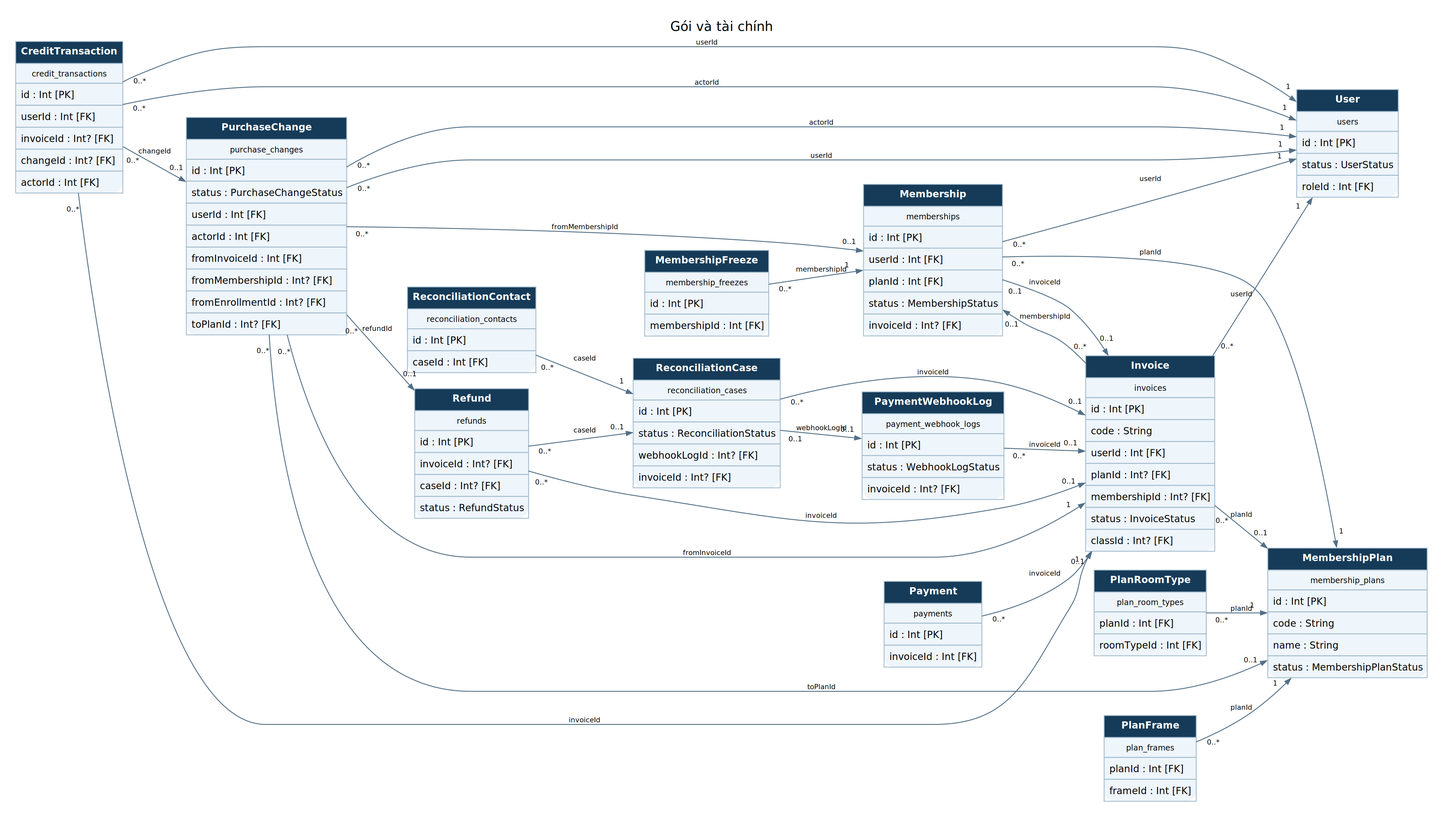
NhomHello/Sports-Center-Management-System keeps this Graphviz diagram as outputs/bao-cao-cuoi-ky/so-do/erd-03-finance.png. Above is the earlier version. Its source is kept beside it as outputs/bao-cao-cuoi-ky/so-do/erd-03-finance.dot. Its diagram source:
```dot
digraph G {
graph [rankdir=LR, bgcolor="white", pad="0.25", nodesep="0.25", ranksep="0.5", fontname="DejaVu Sans", fontsize=15];
node [shape=box, style="rounded,filled", fillcolor="#eef5fb", color="#a4bdce", fontname="DejaVu Sans", fontsize=11, margin="0.14,0.1"];
edge [fontname="DejaVu Sans", fontsize=9, color="#527087", arrowsize=0.7];
label="Gói và tài chính"; labelloc=t;
User [shape=plain, label=<<TABLE BORDER="0" CELLBORDER="1" CELLSPACING="0" CELLPADDING="5"><TR><TD BGCOLOR="#163b58"><FONT COLOR="white"><B>User</B></FONT></TD></TR><TR><TD><FONT POINT-SIZE="9">users</FONT></TD></TR><TR><TD ALIGN="LEFT">id : Int [PK]</TD></TR><TR><TD ALIGN="LEFT">status : UserStatus</TD></TR><TR><TD ALIGN="LEFT">roleId : Int [FK]</TD></TR></TABLE>>];
MembershipPlan [shape=plain, label=<<TABLE BORDER="0" CELLBORDER="1" CELLSPACING="0" CELLPADDING="5"><TR><TD BGCOLOR="#163b58"><FONT COLOR="white"><B>MembershipPlan</B></FONT></TD></TR><TR><TD><FONT POINT-SIZE="9">membership_plans</FONT></TD></TR><TR><TD ALIGN="LEFT">id : Int [PK]</TD></TR><TR><TD ALIGN="LEFT">code : String</TD></TR><TR><TD ALIGN="LEFT">name : String</TD></TR><TR><TD ALIGN="LEFT">status : MembershipPlanStatus</TD></TR></TABLE>>];
Membership [shape=plain, label=<<TABLE BORDER="0" CELLBORDER="1" CELLSPACING="0" CELLPADDING="5"><TR><TD BGCOLOR="#163b58"><FONT COLOR="white"><B>Membership</B></FONT></TD></TR><TR><TD><FONT POINT-SIZE="9">memberships</FONT></TD></TR><TR><TD ALIGN="LEFT">id : Int [PK]</TD></TR><TR><TD ALIGN="LEFT">userId : Int [FK]</TD></TR><TR><TD ALIGN="LEFT">planId : Int [FK]</TD></TR><TR><TD ALIGN="LEFT">status : MembershipStatus</TD></TR><TR><TD ALIGN="LEFT">invoiceId : Int? [FK]</TD></TR></TABLE>>];
MembershipFreeze [shape=plain, label=<<TABLE BORDER="0" CELLBORDER="1" CELLSPACING="0" CELLPADDING="5"><TR><TD BGCOLOR="#163b58"><FONT COLOR="white"><B>MembershipFreeze</B></FONT></TD></TR><TR><TD><FONT POINT-SIZE="9">membership_freezes</FONT></TD></TR><TR><TD ALIGN="LEFT">id : Int [PK]</TD></TR><TR><TD ALIGN="LEFT">membershipId : Int [FK]</TD></TR></TABLE>>];
PlanFrame [shape=plain, label=<<TABLE BORDER="0" CELLBORDER="1" CELLSPACING="0" CELLPADDING="5"><TR><TD BGCOLOR="#163b58"><FONT COLOR="white"><B>PlanFrame</B></FONT></TD></TR><TR><TD><FONT POINT-SIZE="9">plan_frames</FONT></TD></TR><TR><TD ALIGN="LEFT">planId : Int [FK]</TD></TR><TR><TD ALIGN="LEFT">frameId : Int [FK]</TD></TR></TABLE>>];
PlanRoomType [shape=plain, label=<<TABLE BORDER="0" CELLBORDER="1" CELLSPACING="0" CELLPADDING="5"><TR><TD BGCOLOR="#163b58"><FONT COLOR="white"><B>PlanRoomType</B></FONT></TD></TR><TR><TD><FONT POINT-SIZE="9">plan_room_types</FONT></TD></TR><TR><TD ALIGN="LEFT">planId : Int [FK]</TD></TR><TR><TD ALIGN="LEFT">roomTypeId : Int [FK]</TD></TR></TABLE>>];
Invoice [shape=plain, label=<<TABLE BORDER="0" CELLBORDER="1" CELLSPACING="0" CELLPADDING="5"><TR><TD BGCOLOR="#163b58"><FONT COLOR="white"><B>Invoice</B></FONT></TD></TR><TR><TD><FONT POINT-SIZE="9">invoices</FONT></TD></TR><TR><TD ALIGN="LEFT">id : Int [PK]</TD></TR><TR><TD ALIGN="LEFT">code : String</TD></TR><TR><TD ALIGN="LEFT">userId : Int [FK]</TD></TR><TR><TD ALIGN="LEFT">planId : Int? [FK]</TD></TR><TR><TD ALIGN="LEFT">membershipId : Int? [FK]</TD></TR><TR><TD ALIGN="LEFT">status : InvoiceStatus</TD></TR><TR><TD ALIGN="LEFT">classId : Int? [FK]</TD></TR></TABLE>>];
Payment [shape=plain, label=<<TABLE BORDER="0" CELLBORDER="1" CELLSPACING="0" CELLPADDING="5"><TR><TD BGCOLOR="#163b58"><FONT COLOR="white"><B>Payment</B></FONT></TD></TR><TR><TD><FONT POINT-SIZE="9">payments</FONT></TD></TR><TR><TD ALIGN="LEFT">id : Int [PK]</TD></TR><TR><TD ALIGN="LEFT">invoiceId : Int [FK]</TD></TR></TABLE>>];
PaymentWebhookLog [shape=plain, label=<<TABLE BORDER="0" CELLBORDER="1" CELLSPACING="0" CELLPADDING="5"><TR><TD BGCOLOR="#163b58"><FONT COLOR="white"><B>PaymentWebhookLog</B></FONT></TD></TR><TR><TD><FONT POINT-SIZE="9">payment_webhook_logs</FONT></TD></TR><TR><TD ALIGN="LEFT">id : Int [PK]</TD></TR><TR><TD ALIGN="LEFT">status : WebhookLogStatus</TD></TR><TR><TD ALIGN="LEFT">invoiceId : Int? [FK]</TD></TR></TABLE>>];
ReconciliationCase [shape=plain, label=<<TABLE BORDER="0" CELLBORDER="1" CELLSPACING="0" CELLPADDING="5"><TR><TD BGCOLOR="#163b58"><FONT COLOR="white"><B>ReconciliationCase</B></FONT></TD></TR><TR><TD><FONT POINT-SIZE="9">reconciliation_cases</FONT></TD></TR><TR><TD ALIGN="LEFT">id : Int [PK]</TD></TR><TR><TD ALIGN="LEFT">status : ReconciliationStatus</TD></TR><TR><TD ALIGN="LEFT">webhookLogId : Int? [FK]</TD></TR><TR><TD ALIGN="LEFT">invoiceId : Int? [FK]</TD></TR></TABLE>>];
ReconciliationContact [shape=plain, label=<<TABLE BORDER="0" CELLBORDER="1" CELLSPACING="0" CELLPADDING="5"><TR><TD BGCOLOR="#163b58"><FONT COLOR="white"><B>ReconciliationContact</B></FONT></TD></TR><TR><TD><FONT POINT-SIZE="9">reconciliation_contacts</FONT></TD></TR><TR><TD ALIGN="LEFT">id : Int [PK]</TD></TR><TR><TD ALIGN="LEFT">caseId : Int [FK]</TD></TR></TABLE>>];
Refund [shape=plain, label=<<TABLE BORDER="0" CELLBORDER="1" CELLSPACING="0" CELLPADDING="5"><TR><TD BGCOLOR="#163b58"><FONT COLOR="white"><B>Refund</B></FONT></TD></TR><TR><TD><FONT POINT-SIZE="9">refunds</FONT></TD></TR><TR><TD ALIGN="LEFT">id : Int [PK]</TD></TR><TR><TD ALIGN="LEFT">invoiceId : Int? [FK]</TD></TR><TR><TD ALIGN="LEFT">caseId : Int? [FK]</TD></TR><TR><TD ALIGN="LEFT">status : RefundStatus</TD></TR></TABLE>>];
CreditTransaction [shape=plain, label=<<TABLE BORDER="0" CELLBORDER="1" CELLSPACING="0" CELLPADDING="5"><TR><TD BGCOLOR="#163b58"><FONT COLOR="white"><B>CreditTransaction</B></FONT></TD></TR><TR><TD><FONT POINT-SIZE="9">credit_transactions</FONT></TD></TR><TR><TD ALIGN="LEFT">id : Int [PK]</TD></TR><TR><TD ALIGN="LEFT">userId : Int [FK]</TD></TR><TR><TD ALIGN="LEFT">invoiceId : Int? [FK]</TD></TR><TR><TD ALIGN="LEFT">changeId : Int? [FK]</TD></TR><TR><TD ALIGN="LEFT">actorId : Int [FK]</TD></TR></TABLE>>];
PurchaseChange [shape=plain, label=<<TABLE BORDER="0" CELLBORDER="1" CELLSPACING="0" CELLPADDING="5"><TR><TD BGCOLOR="#163b58"><FONT COLOR="white"><B>PurchaseChange</B></FONT></TD></TR><TR><TD><FONT POINT-SIZE="9">purchase_changes</FONT></TD></TR><TR><TD ALIGN="LEFT">id : Int [PK]</TD></TR><TR><TD ALIGN="LEFT">status : PurchaseChangeStatus</TD></TR><TR><TD ALIGN="LEFT">userId : Int [FK]</TD></TR><TR><TD ALIGN="LEFT">actorId : Int [FK]</TD></TR><TR><TD ALIGN="LEFT">fromInvoiceId : Int [FK]</TD></TR><TR><TD ALIGN="LEFT">fromMembershipId : Int? [FK]</TD></TR><TR><TD ALIGN="LEFT">fromEnrollmentId : Int? [FK]</TD></TR><TR><TD ALIGN="LEFT">toPlanId : Int? [FK]</TD></TR></TABLE>>];
Membership -> User [label="userId", headlabel="1", taillabel="0..*", labeldistance=2, fontsize=8];
Membership -> MembershipPlan [label="planId", headlabel="1", taillabel="0..*", labeldistance=2, fontsize=8];
Membership -> Invoice [label="invoiceId", headlabel="0..1", taillabel="0..1", labeldistance=2, fontsize=8];
Invoice -> User [label="userId", headlabel="1", taillabel="0..*", labeldistance=2, fontsize=8];
Invoice -> MembershipPlan [label="planId", headlabel="0..1", taillabel="0..*", labeldistance=2, fontsize=8];
Invoice -> Membership [label="membershipId", headlabel="0..1", taillabel="0..*", labeldistance=2, fontsize=8];
Payment -> Invoice [label="invoiceId", headlabel="1", taillabel="0..*", labeldistance=2, fontsize=8];
PaymentWebhookLog -> Invoice [label="invoiceId", headlabel="0..1", taillabel="0..*", labeldistance=2, fontsize=8];
ReconciliationCase -> PaymentWebhookLog [label="webhookLogId", headlabel="0..1", taillabel="0..1", labeldistance=2, fontsize=8];
ReconciliationCase -> Invoice [label="invoiceId", headlabel="0..1", taillabel="0..*", labeldistance=2, fontsize=8];
ReconciliationContact -> ReconciliationCase [label="caseId", headlabel="1", taillabel="0..*", labeldistance=2, fontsize=8];
Refund -> Invoice [label="invoiceId", headlabel="0..1", taillabel="0..*", labeldistance=2, fontsize=8];
Refund -> ReconciliationCase [label="caseId", headlabel="0..1", taillabel="0..*", labeldistance=2, fontsize=8];
MembershipFreeze -> Membership [label="membershipId", headlabel="1", taillabel="0..*", labeldistance=2, fontsize=8];
PlanFrame -> MembershipPlan [label="planId", headlabel="1", taillabel="0..*", labeldistance=2, fontsize=8];
PlanRoomType -> MembershipPlan [label="planId", headlabel="1", taillabel="0..*", labeldistance=2, fontsize=8];
CreditTransaction -> User [label="userId", headlabel="1", taillabel="0..*", labeldistance=2, fontsize=8];
CreditTransaction -> User [label="actorId", headlabel="1", taillabel="0..*", labeldistance=2, fontsize=8];
CreditTransaction -> Invoice [label="invoiceId", headlabel="0..1", taillabel="0..*", labeldistance=2, fontsize=8];
CreditTransaction -> PurchaseChange [label="changeId", headlabel="0..1", taillabel="0..*", labeldistance=2, fontsize=8];
PurchaseChange -> User [label="userId", headlabel="1", taillabel="0..*", labeldistance=2, fontsize=8];
PurchaseChange -> User [label="actorId", headlabel="1", taillabel="0..*", labeldistance=2, fontsize=8];
PurchaseChange -> Invoice [label="fromInvoiceId", headlabel="1", taillabel="0..*", labeldistance=2, fontsize=8];
PurchaseChange -> Membership [label="fromMembershipId", headlabel="0..1", taillabel="0..*", labeldistance=2, fontsize=8];
PurchaseChange -> MembershipPlan [label="toPlanId", headlabel="0..1", taillabel="0..*", labeldistance=2, fontsize=8];
PurchaseChange -> Refund [label="refundId", headlabel="0..1", taillabel="0..*", labeldistance=2, fontsize=8];
}
```
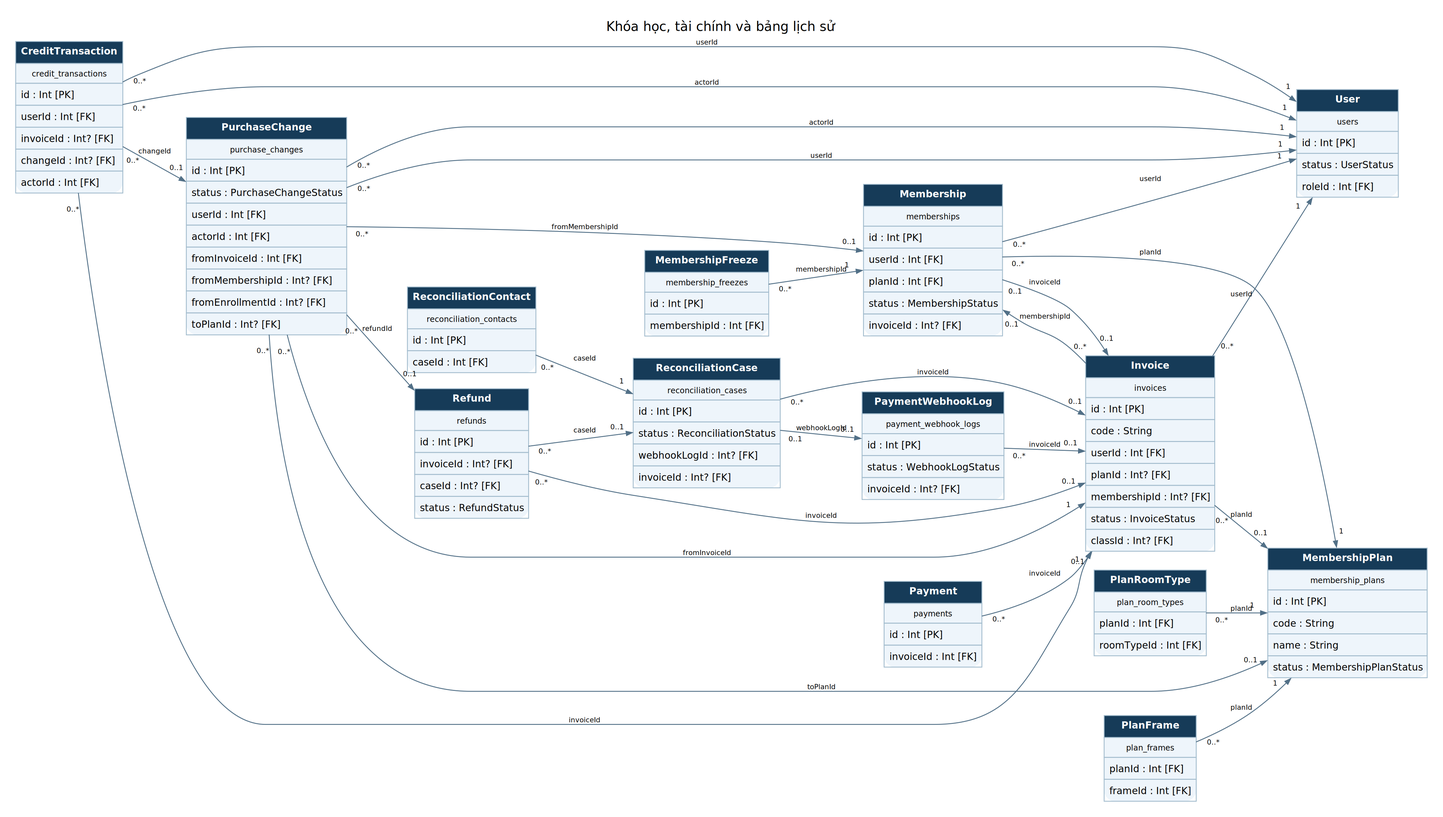
The same diagram one commit later.

Change to the diagram source:
```diff
@@ -2,7 +2,7 @@
 graph [rankdir=LR, bgcolor="white", pad="0.25", nodesep="0.25", ranksep="0.5", fontname="DejaVu Sans", fontsize=15];
 node [shape=box, style="rounded,filled", fillcolor="#eef5fb", color="#a4bdce", fontname="DejaVu Sans", fontsize=11, margin="0.14,0.1"];
 edge [fontname="DejaVu Sans", fontsize=9, color="#527087", arrowsize=0.7];
-label="Gói và tài chính"; labelloc=t;
+label="Khóa học, tài chính và bảng lịch sử"; labelloc=t;
 User [shape=plain, label=<<TABLE BORDER="0" CELLBORDER="1" CELLSPACING="0" CELLPADDING="5"><TR><TD BGCOLOR="#163b58"><FONT COLOR="white"><B>User</B></FONT></TD></TR><TR><TD><FONT POINT-SIZE="9">users</FONT></TD></TR><TR><TD ALIGN="LEFT">id : Int [PK]</TD></TR><TR><TD ALIGN="LEFT">status : UserStatus</TD></TR><TR><TD ALIGN="LEFT">roleId : Int [FK]</TD></TR></TABLE>>];
 MembershipPlan [shape=plain, label=<<TABLE BORDER="0" CELLBORDER="1" CELLSPACING="0" CELLPADDING="5"><TR><TD BGCOLOR="#163b58"><FONT COLOR="white"><B>MembershipPlan</B></FONT></TD></TR><TR><TD><FONT POINT-SIZE="9">membership_plans</FONT></TD></TR><TR><TD ALIGN="LEFT">id : Int [PK]</TD></TR><TR><TD ALIGN="LEFT">code : String</TD></TR><TR><TD ALIGN="LEFT">name : String</TD></TR><TR><TD ALIGN="LEFT">status : MembershipPlanStatus</TD></TR></TABLE>>];
 Membership [shape=plain, label=<<TABLE BORDER="0" CELLBORDER="1" CELLSPACING="0" CELLPADDING="5"><TR><TD BGCOLOR="#163b58"><FONT COLOR="white"><B>Membership</B></FONT></TD></TR><TR><TD><FONT POINT-SIZE="9">memberships</FONT></TD></TR><TR><TD ALIGN="LEFT">id : Int [PK]</TD></TR><TR><TD ALIGN="LEFT">userId : Int [FK]</TD></TR><TR><TD ALIGN="LEFT">planId : Int [FK]</TD></TR><TR><TD ALIGN="LEFT">status : MembershipStatus</TD></TR><TR><TD ALIGN="LEFT">invoiceId : Int? [FK]</TD></TR></TABLE>>];
```
